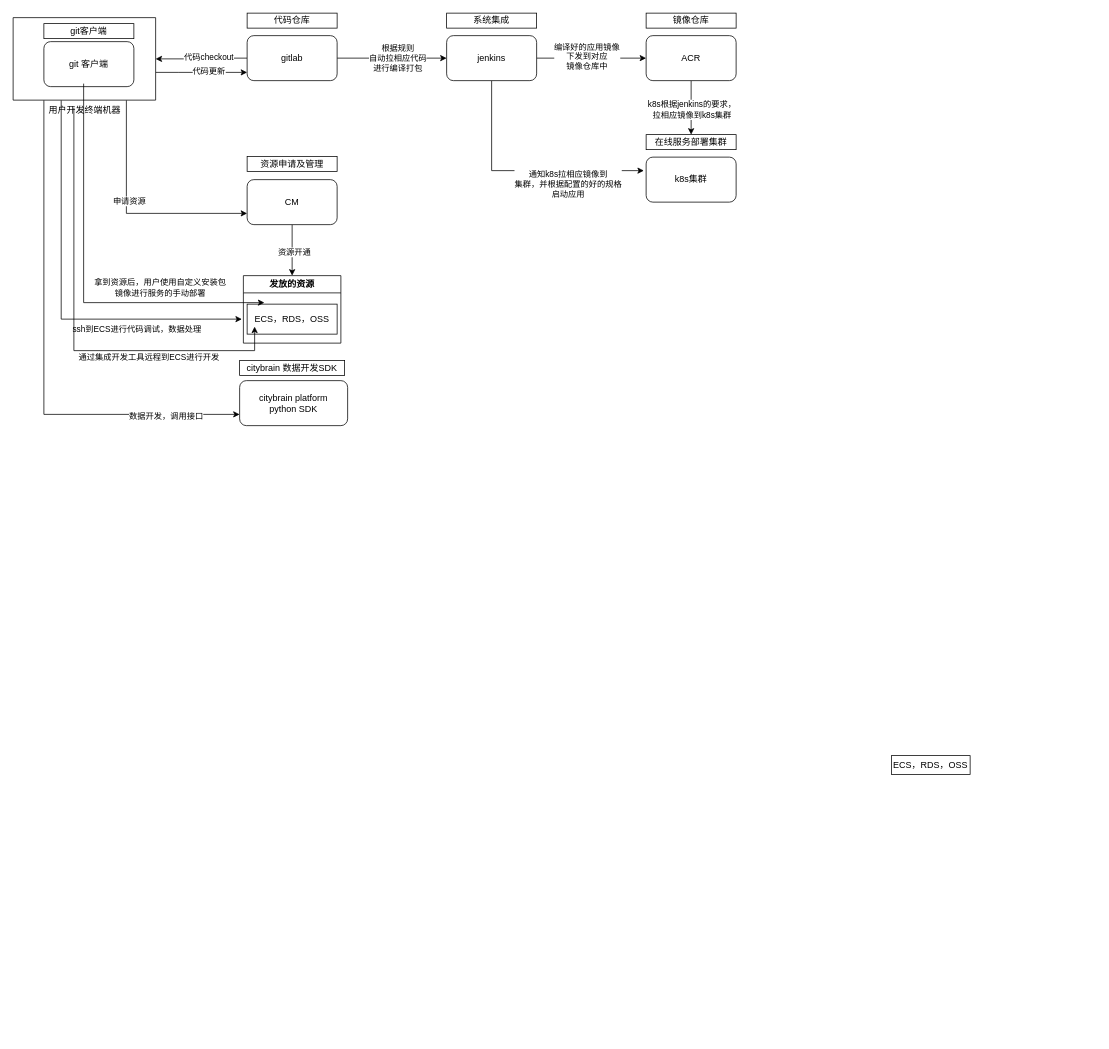
The draw.io diagram process.drawio in nieo2002/20K-cities, before the edit. Source tidied: cells renumbered, new cells numbered last; positions are measured from the earlier drawing's top-left corner, leaving out a move shared by most shapes. Both pictures are drawn from the tidied source at 75%, with x=0, y=0 at pixel (13, 13).
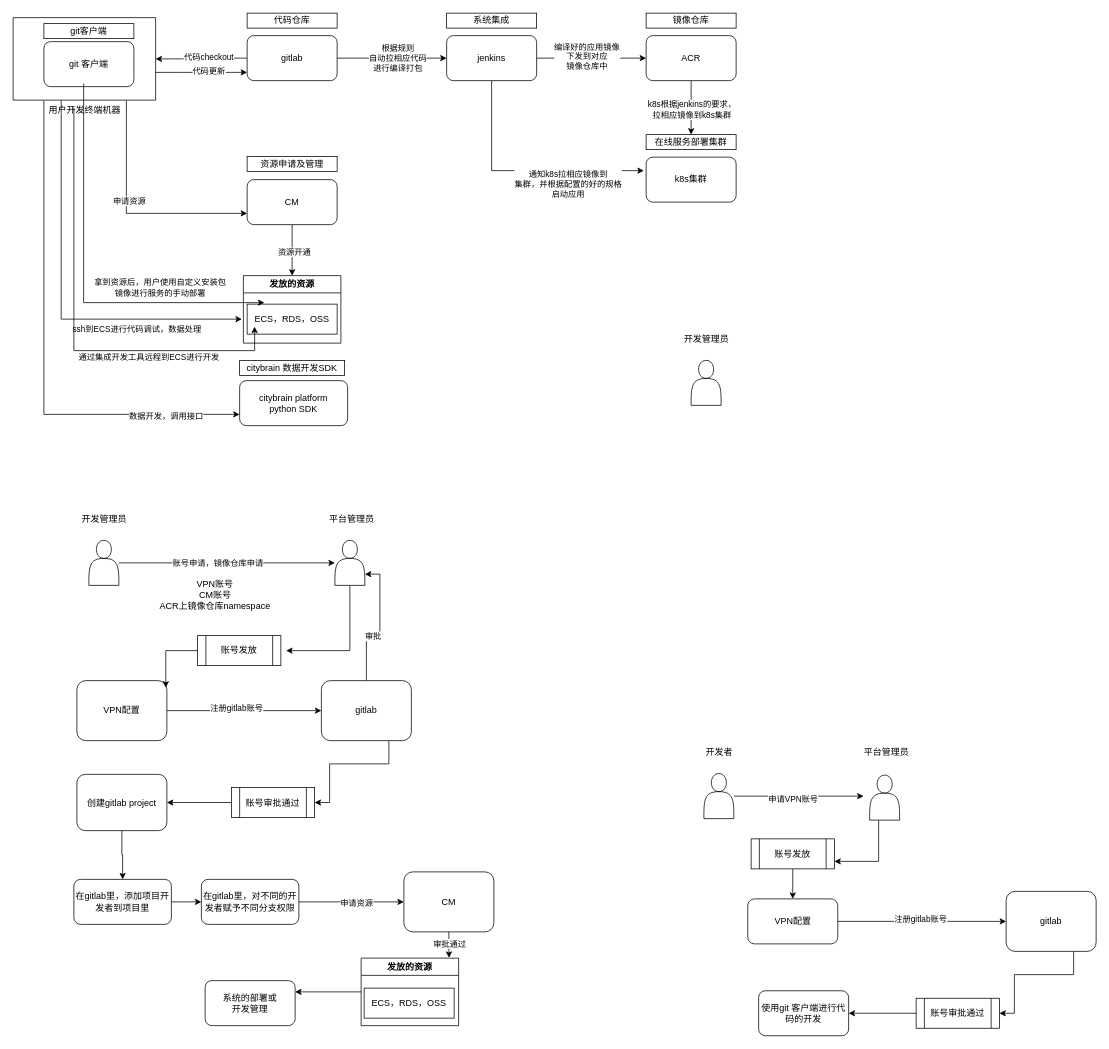
Above is the later version.

Diff of the diagram source:
```diff
@@
-    <mxCell id="36" value="ECS，RDS，OSS" style="rounded=0;whiteSpace=wrap;html=1;" parent="1" vertex="1">
-      <mxGeometry x="1171" y="990" width="105" height="25" as="geometry" />
-    </mxCell>
@@
+    <mxCell id="44" style="edgeStyle=orthogonalEdgeStyle;rounded=0;jettySize=auto;html=1;" parent="1" edge="1" source="46" target="49">
+      <mxGeometry relative="1" as="geometry" />
+    </mxCell>
+    <mxCell id="45" value="账号申请，镜像仓库申请" style="edgeLabel;html=1;align=center;verticalAlign=middle;" parent="44" vertex="1">
+      <mxGeometry x="-0.09" relative="1" as="geometry" />
+    </mxCell>
+    <mxCell id="46" style="shape=actor;whiteSpace=wrap;html=1;" parent="1" vertex="1">
+      <mxGeometry x="101" y="703" width="40" height="60" as="geometry" />
+    </mxCell>
+    <mxCell id="47" value="开发管理员" style="text;html=1;align=center;verticalAlign=middle;strokeColor=none;fillColor=none;" parent="1" vertex="1">
+      <mxGeometry x="81" y="660" width="80" height="30" as="geometry" />
+    </mxCell>
+    <mxCell id="48" style="edgeStyle=orthogonalEdgeStyle;rounded=0;jettySize=auto;html=1;entryX=1;entryY=0.75;entryDx=0;entryDy=0;" parent="1" edge="1" source="49">
+      <mxGeometry relative="1" as="geometry">
+        <mxPoint x="364" y="850" as="targetPoint" />
+        <Array as="points">
+          <mxPoint x="449" y="850" />
+        </Array>
+      </mxGeometry>
+    </mxCell>
+    <mxCell id="49" style="shape=actor;whiteSpace=wrap;html=1;" parent="1" vertex="1">
+      <mxGeometry x="429" y="703" width="40" height="60" as="geometry" />
+    </mxCell>
+    <mxCell id="50" value="平台管理员" style="text;html=1;align=center;verticalAlign=middle;strokeColor=none;fillColor=none;" parent="1" vertex="1">
+      <mxGeometry x="411" y="660" width="80" height="30" as="geometry" />
+    </mxCell>
+    <mxCell id="51" value="VPN账号&lt;br&gt;CM账号&lt;br&gt;ACR上镜像仓库namespace" style="text;html=1;align=center;verticalAlign=middle;strokeColor=none;fillColor=none;" parent="1" vertex="1">
+      <mxGeometry x="184" y="746" width="170" height="60" as="geometry" />
+    </mxCell>
+    <mxCell id="52" value="账号发放" style="shape=process;whiteSpace=wrap;html=1;backgroundOutline=1;" parent="1" vertex="1">
+      <mxGeometry x="246" y="830" width="111" height="40" as="geometry" />
+    </mxCell>
+    <mxCell id="53" style="edgeStyle=orthogonalEdgeStyle;rounded=0;jettySize=auto;html=1;" parent="1" edge="1" source="55" target="59">
+      <mxGeometry relative="1" as="geometry" />
+    </mxCell>
+    <mxCell id="54" value="注册gitlab账号" style="edgeLabel;html=1;align=center;verticalAlign=middle;" parent="53" vertex="1">
+      <mxGeometry x="-0.11" y="4" relative="1" as="geometry" />
+    </mxCell>
+    <mxCell id="55" value="VPN配置" style="rounded=1;whiteSpace=wrap;html=1;" parent="1" vertex="1">
+      <mxGeometry x="85" y="890" width="120" height="80" as="geometry" />
+    </mxCell>
+    <mxCell id="56" style="edgeStyle=orthogonalEdgeStyle;rounded=0;jettySize=auto;html=1;entryX=1;entryY=0.75;entryDx=0;entryDy=0;" parent="1" edge="1" source="59" target="49">
+      <mxGeometry relative="1" as="geometry" />
+    </mxCell>
+    <mxCell id="57" value="审批" style="edgeLabel;html=1;align=center;verticalAlign=middle;" parent="56" vertex="1">
+      <mxGeometry x="-0.2" y="-4" relative="1" as="geometry" />
+    </mxCell>
+    <mxCell id="58" style="edgeStyle=orthogonalEdgeStyle;rounded=0;jettySize=auto;html=1;entryX=1;entryY=0.5;entryDx=0;entryDy=0;" parent="1" edge="1" source="59" target="64">
+      <mxGeometry relative="1" as="geometry">
+        <Array as="points">
+          <mxPoint x="501" y="1001" />
+          <mxPoint x="422" y="1001" />
+          <mxPoint x="422" y="1052" />
+        </Array>
+      </mxGeometry>
+    </mxCell>
+    <mxCell id="59" value="gitlab" style="rounded=1;whiteSpace=wrap;html=1;" parent="1" vertex="1">
+      <mxGeometry x="411" y="890" width="120" height="80" as="geometry" />
+    </mxCell>
+    <mxCell id="60" style="edgeStyle=orthogonalEdgeStyle;rounded=0;jettySize=auto;html=1;entryX=0.988;entryY=0.117;entryDx=0;entryDy=0;entryPerimeter=0;" parent="1" edge="1" source="52" target="55">
+      <mxGeometry relative="1" as="geometry" />
+    </mxCell>
+    <mxCell id="61" style="edgeStyle=orthogonalEdgeStyle;rounded=0;jettySize=auto;html=1;entryX=0.5;entryY=0;entryDx=0;entryDy=0;" parent="1" edge="1" source="62" target="66">
+      <mxGeometry relative="1" as="geometry" />
+    </mxCell>
+    <mxCell id="62" value="创建gitlab project" style="rounded=1;whiteSpace=wrap;html=1;" parent="1" vertex="1">
+      <mxGeometry x="85" y="1015" width="120" height="75" as="geometry" />
+    </mxCell>
+    <mxCell id="63" style="edgeStyle=orthogonalEdgeStyle;rounded=0;jettySize=auto;html=1;entryX=1;entryY=0.5;entryDx=0;entryDy=0;" parent="1" edge="1" source="64" target="62">
+      <mxGeometry relative="1" as="geometry" />
+    </mxCell>
+    <mxCell id="64" value="账号审批通过" style="shape=process;whiteSpace=wrap;html=1;backgroundOutline=1;" parent="1" vertex="1">
+      <mxGeometry x="291" y="1032.5" width="111" height="40" as="geometry" />
+    </mxCell>
+    <mxCell id="65" style="edgeStyle=orthogonalEdgeStyle;rounded=0;jettySize=auto;html=1;entryX=0;entryY=0.5;entryDx=0;entryDy=0;" parent="1" edge="1" source="66" target="69">
+      <mxGeometry relative="1" as="geometry" />
+    </mxCell>
+    <mxCell id="66" value="在gitlab里，添加项目开发者到项目里" style="rounded=1;whiteSpace=wrap;html=1;" parent="1" vertex="1">
+      <mxGeometry x="81" y="1155" width="130" height="60" as="geometry" />
+    </mxCell>
+    <mxCell id="67" style="edgeStyle=orthogonalEdgeStyle;rounded=0;jettySize=auto;html=1;" parent="1" edge="1" source="69" target="70">
+      <mxGeometry relative="1" as="geometry" />
+    </mxCell>
+    <mxCell id="68" value="申请资源" style="edgeLabel;html=1;align=center;verticalAlign=middle;" parent="67" vertex="1">
+      <mxGeometry x="0.08" y="-1" relative="1" as="geometry" />
+    </mxCell>
+    <mxCell id="69" value="在gitlab里，对不同的开发者赋予不同分支权限" style="rounded=1;whiteSpace=wrap;html=1;" parent="1" vertex="1">
+      <mxGeometry x="251" y="1155" width="130" height="60" as="geometry" />
+    </mxCell>
+    <mxCell id="70" value="CM" style="rounded=1;whiteSpace=wrap;html=1;" parent="1" vertex="1">
+      <mxGeometry x="521" y="1145" width="120" height="80" as="geometry" />
+    </mxCell>
+    <mxCell id="71" value="系统的部署或&lt;br&gt;开发管理" style="rounded=1;whiteSpace=wrap;html=1;" parent="1" vertex="1">
+      <mxGeometry x="256" y="1290" width="120" height="60" as="geometry" />
+    </mxCell>
+    <mxCell id="72" style="edgeStyle=orthogonalEdgeStyle;rounded=0;jettySize=auto;html=1;entryX=1;entryY=0.25;entryDx=0;entryDy=0;" parent="1" edge="1" source="73" target="71">
+      <mxGeometry relative="1" as="geometry" />
+    </mxCell>
+    <mxCell id="73" value="发放的资源" style="swimlane;whiteSpace=wrap;html=1;" parent="1" vertex="1">
+      <mxGeometry x="464" y="1260" width="130" height="90" as="geometry" />
+    </mxCell>
+    <mxCell id="36" value="ECS，RDS，OSS" style="rounded=0;whiteSpace=wrap;html=1;" parent="73" vertex="1">
+      <mxGeometry x="4" y="40" width="120" height="40" as="geometry" />
+    </mxCell>
+    <mxCell id="74" style="edgeStyle=orthogonalEdgeStyle;rounded=0;jettySize=auto;html=1;entryX=0.902;entryY=-0.004;entryDx=0;entryDy=0;entryPerimeter=0;" parent="1" edge="1" source="70" target="73">
+      <mxGeometry relative="1" as="geometry" />
+    </mxCell>
+    <mxCell id="75" value="审批通过" style="edgeLabel;html=1;align=center;verticalAlign=middle;" parent="74" vertex="1">
+      <mxGeometry x="-0.23" relative="1" as="geometry">
+        <mxPoint y="2" as="offset" />
+      </mxGeometry>
+    </mxCell>
+    <mxCell id="76" style="edgeStyle=orthogonalEdgeStyle;rounded=0;jettySize=auto;html=1;" parent="1" edge="1" source="78">
+      <mxGeometry relative="1" as="geometry">
+        <mxPoint x="1134" y="1044" as="targetPoint" />
+      </mxGeometry>
+    </mxCell>
+    <mxCell id="77" value="申请VPN账号" style="edgeLabel;html=1;align=center;verticalAlign=middle;" parent="76" vertex="1">
+      <mxGeometry x="-0.1" y="-3" relative="1" as="geometry" />
+    </mxCell>
+    <mxCell id="78" style="shape=actor;whiteSpace=wrap;html=1;" parent="1" vertex="1">
+      <mxGeometry x="921" y="1014" width="40" height="60" as="geometry" />
+    </mxCell>
+    <mxCell id="79" value="开发者" style="text;html=1;align=center;verticalAlign=middle;strokeColor=none;fillColor=none;" parent="1" vertex="1">
+      <mxGeometry x="911" y="971" width="60" height="30" as="geometry" />
+    </mxCell>
+    <mxCell id="80" style="edgeStyle=orthogonalEdgeStyle;rounded=0;jettySize=auto;html=1;entryX=1;entryY=0.75;entryDx=0;entryDy=0;" parent="1" edge="1" source="81" target="84">
+      <mxGeometry relative="1" as="geometry">
+        <Array as="points">
+          <mxPoint x="1154" y="1131" />
+        </Array>
+      </mxGeometry>
+    </mxCell>
+    <mxCell id="81" style="shape=actor;whiteSpace=wrap;html=1;" parent="1" vertex="1">
+      <mxGeometry x="1142" y="1016" width="40" height="60" as="geometry" />
+    </mxCell>
+    <mxCell id="82" value="平台管理员" style="text;html=1;align=center;verticalAlign=middle;strokeColor=none;fillColor=none;" parent="1" vertex="1">
+      <mxGeometry x="1124" y="970" width="80" height="30" as="geometry" />
+    </mxCell>
+    <mxCell id="83" style="edgeStyle=orthogonalEdgeStyle;rounded=0;jettySize=auto;html=1;" parent="1" edge="1" source="84" target="86">
+      <mxGeometry relative="1" as="geometry" />
+    </mxCell>
+    <mxCell id="84" value="账号发放" style="shape=process;whiteSpace=wrap;html=1;backgroundOutline=1;" parent="1" vertex="1">
+      <mxGeometry x="984" y="1101" width="111" height="40" as="geometry" />
+    </mxCell>
+    <mxCell id="85" style="edgeStyle=orthogonalEdgeStyle;rounded=0;jettySize=auto;html=1;" parent="1" edge="1" source="86" target="89">
+      <mxGeometry relative="1" as="geometry" />
+    </mxCell>
+    <mxCell id="86" value="VPN配置" style="rounded=1;whiteSpace=wrap;html=1;" parent="1" vertex="1">
+      <mxGeometry x="979.5" y="1181" width="120" height="60" as="geometry" />
+    </mxCell>
+    <mxCell id="87" value="注册gitlab账号" style="edgeLabel;html=1;align=center;verticalAlign=middle;" parent="1" vertex="1">
+      <mxGeometry x="1209.8" y="1207" as="geometry" />
+    </mxCell>
+    <mxCell id="88" style="edgeStyle=orthogonalEdgeStyle;rounded=0;jettySize=auto;html=1;entryX=1;entryY=0.5;entryDx=0;entryDy=0;" parent="1" edge="1" source="89" target="91">
+      <mxGeometry relative="1" as="geometry">
+        <Array as="points">
+          <mxPoint x="1414" y="1282" />
+          <mxPoint x="1335" y="1282" />
+          <mxPoint x="1335" y="1333" />
+        </Array>
+      </mxGeometry>
+    </mxCell>
+    <mxCell id="89" value="gitlab" style="rounded=1;whiteSpace=wrap;html=1;" parent="1" vertex="1">
+      <mxGeometry x="1324" y="1171" width="120" height="80" as="geometry" />
+    </mxCell>
+    <mxCell id="90" style="edgeStyle=orthogonalEdgeStyle;rounded=0;jettySize=auto;html=1;" parent="1" edge="1" source="91" target="92">
+      <mxGeometry relative="1" as="geometry" />
+    </mxCell>
+    <mxCell id="91" value="账号审批通过" style="shape=process;whiteSpace=wrap;html=1;backgroundOutline=1;" parent="1" vertex="1">
+      <mxGeometry x="1204" y="1313.5" width="111" height="40" as="geometry" />
+    </mxCell>
+    <mxCell id="92" value="使用git 客户端进行代码的开发" style="rounded=1;whiteSpace=wrap;html=1;" parent="1" vertex="1">
+      <mxGeometry x="994" y="1303.5" width="120" height="60" as="geometry" />
+    </mxCell>
+    <mxCell id="93" style="shape=actor;whiteSpace=wrap;html=1;" parent="1" vertex="1">
+      <mxGeometry x="904" y="463" width="40" height="60" as="geometry" />
+    </mxCell>
+    <mxCell id="94" value="开发管理员" style="text;html=1;align=center;verticalAlign=middle;strokeColor=none;fillColor=none;" parent="1" vertex="1">
+      <mxGeometry x="884" y="420" width="80" height="30" as="geometry" />
+    </mxCell>
```
